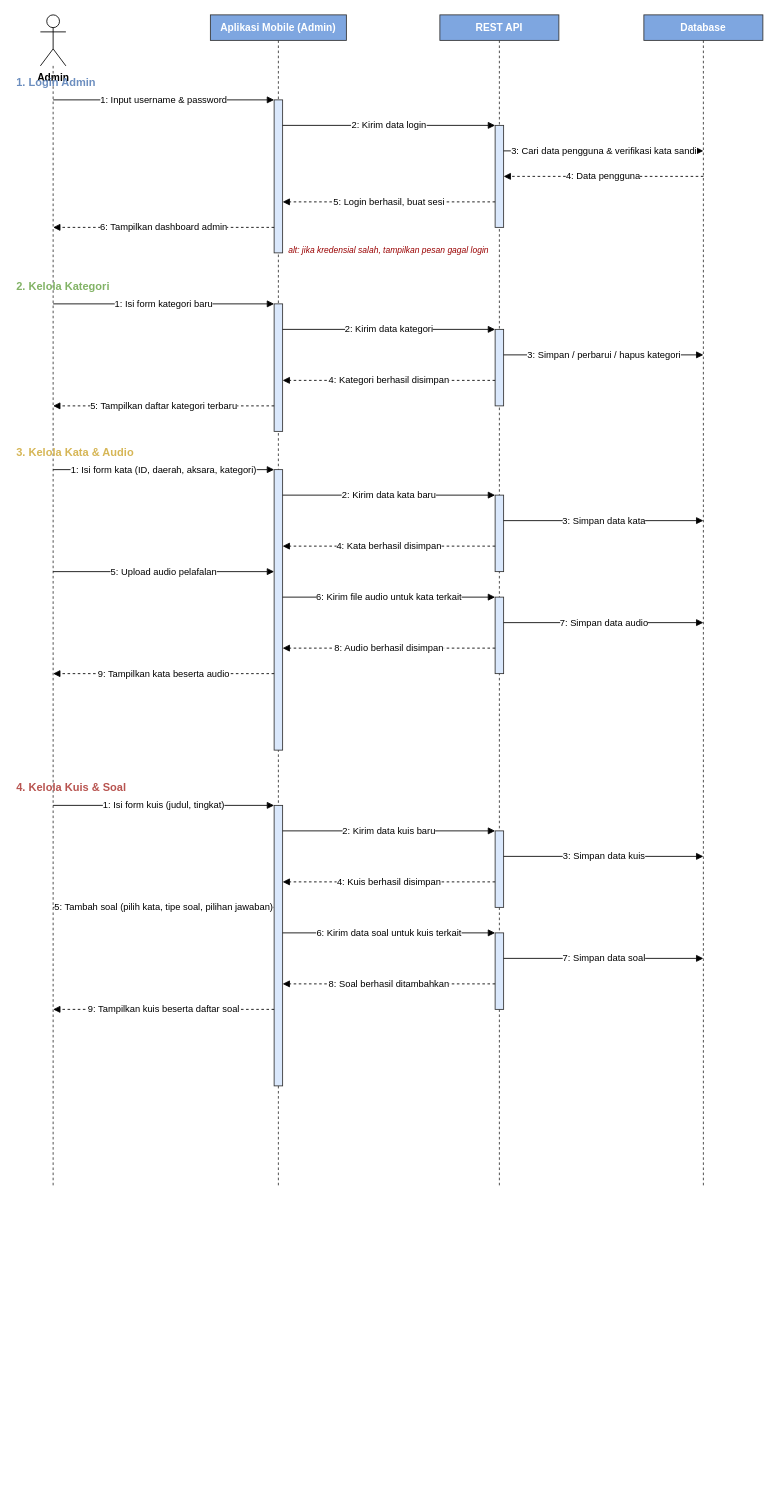
This is docs/sequence-diagram-admin.drawio from Mnuralim/kosa-kata-wolio-api, a draw.io file, before an edit. Source tidied: cells renumbered, new cells numbered last; positions are measured from the earlier drawing's top-left corner, leaving out a move shared by most shapes. Both pictures are drawn from the tidied source at 85%, with x=0, y=0 at pixel (14, 14).
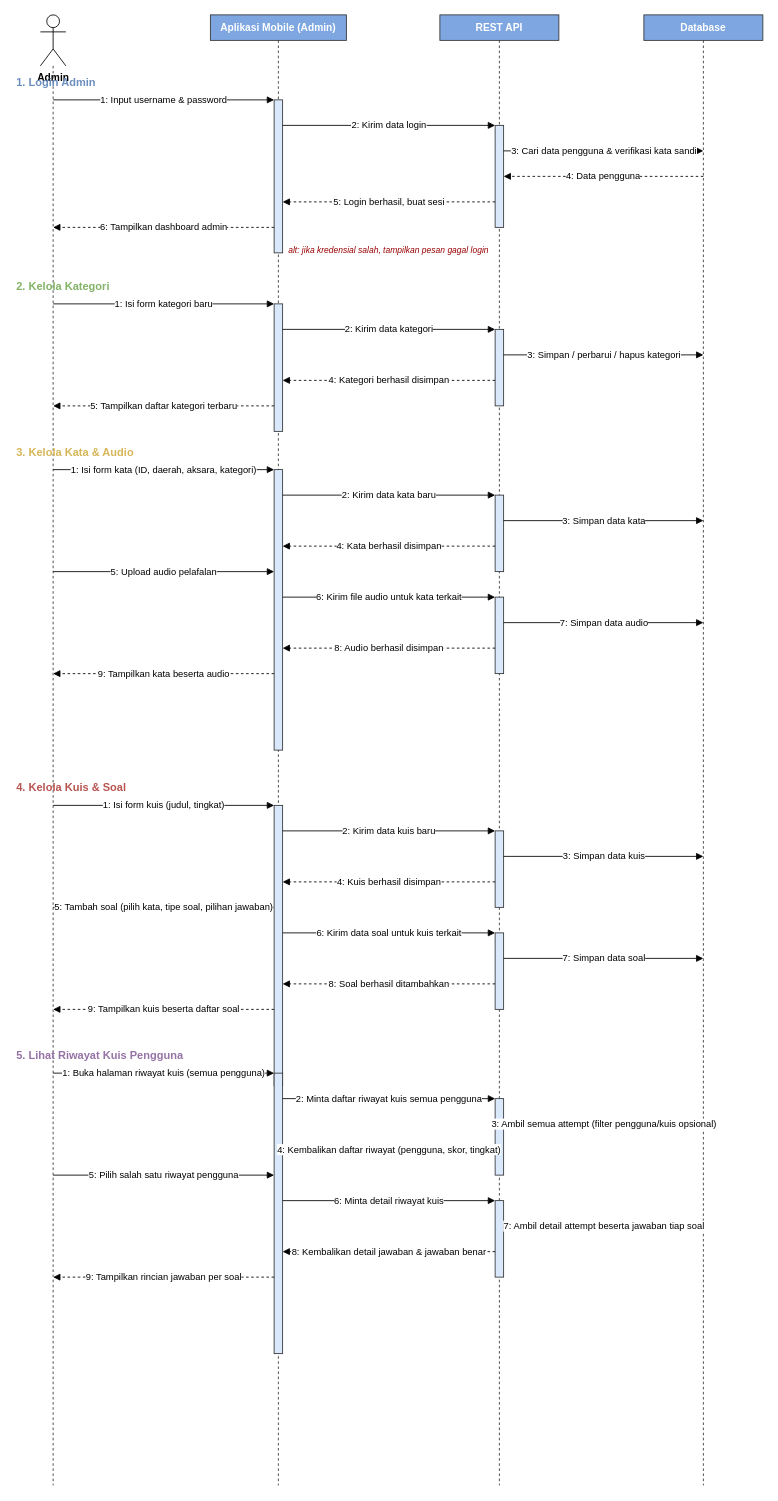
Above is the later version.

Change to the diagram source:
```diff
@@
     <mxCell id="3" style="html=1;dashed=1;strokeWidth=1;strokeColor=#333333;endArrow=none;" parent="1" edge="1">
       <mxGeometry relative="1" as="geometry">
         <mxPoint x="45" y="60" as="sourcePoint" />
-        <mxPoint x="45" y="1380" as="targetPoint" />
+        <mxPoint x="45" y="1730" as="targetPoint" />
       </mxGeometry>
     </mxCell>
@@
     <mxCell id="5" style="html=1;dashed=1;strokeWidth=1;strokeColor=#333333;endArrow=none;" parent="1" edge="1">
       <mxGeometry relative="1" as="geometry">
         <mxPoint x="310" y="30" as="sourcePoint" />
-        <mxPoint x="310" y="1380" as="targetPoint" />
+        <mxPoint x="310" y="1730" as="targetPoint" />
       </mxGeometry>
     </mxCell>
@@
     <mxCell id="7" style="html=1;dashed=1;strokeWidth=1;strokeColor=#333333;endArrow=none;" parent="1" edge="1">
       <mxGeometry relative="1" as="geometry">
         <mxPoint x="570" y="30" as="sourcePoint" />
-        <mxPoint x="570" y="1380" as="targetPoint" />
+        <mxPoint x="570" y="1730" as="targetPoint" />
       </mxGeometry>
     </mxCell>
@@
     <mxCell id="9" style="html=1;dashed=1;strokeWidth=1;strokeColor=#333333;endArrow=none;" parent="1" edge="1">
       <mxGeometry relative="1" as="geometry">
         <mxPoint x="810" y="30" as="sourcePoint" />
-        <mxPoint x="810" y="1380" as="targetPoint" />
+        <mxPoint x="810" y="1730" as="targetPoint" />
       </mxGeometry>
     </mxCell>
@@
+    <mxCell id="54" value="5. Lihat Riwayat Kuis Pengguna" style="text;html=1;align=left;fontStyle=1;fontSize=13;fontColor=#9673a6;" parent="1" vertex="1">
+      <mxGeometry y="1210" width="500" height="20" as="geometry" />
+    </mxCell>
+    <mxCell id="55" style="html=1;whiteSpace=wrap;fillColor=#dae8fc;strokeColor=#333333;" parent="1" vertex="1">
+      <mxGeometry x="305" y="1245" width="10" height="330" as="geometry" />
+    </mxCell>
+    <mxCell id="56" style="html=1;whiteSpace=wrap;fillColor=#dae8fc;strokeColor=#333333;" parent="1" vertex="1">
+      <mxGeometry x="565" y="1275" width="10" height="90" as="geometry" />
+    </mxCell>
+    <mxCell id="57" style="html=1;whiteSpace=wrap;fillColor=#dae8fc;strokeColor=#333333;" parent="1" vertex="1">
+      <mxGeometry x="565" y="1395" width="10" height="90" as="geometry" />
+    </mxCell>
+    <mxCell id="58" value="1: Buka halaman riwayat kuis (semua pengguna)" style="html=1;endArrow=block;fontSize=11;" parent="1" edge="1">
+      <mxGeometry relative="1" as="geometry">
+        <mxPoint x="45" y="1245" as="sourcePoint" />
+        <mxPoint x="305" y="1245" as="targetPoint" />
+      </mxGeometry>
+    </mxCell>
+    <mxCell id="59" value="2: Minta daftar riwayat kuis semua pengguna" style="html=1;endArrow=block;fontSize=11;" parent="1" edge="1">
+      <mxGeometry relative="1" as="geometry">
+        <mxPoint x="315" y="1275" as="sourcePoint" />
+        <mxPoint x="565" y="1275" as="targetPoint" />
+      </mxGeometry>
+    </mxCell>
+    <mxCell id="60" value="3: Ambil semua attempt (filter pengguna/kuis opsional)" style="html=1;endArrow=block;fontSize=11;" parent="1" edge="1">
+      <mxGeometry relative="1" as="geometry">
+        <mxPoint x="575" y="1305" as="sourcePoint" />
+        <mxPoint x="810" y="1305" as="targetPoint" />
+      </mxGeometry>
+    </mxCell>
+    <mxCell id="61" value="4: Kembalikan daftar riwayat (pengguna, skor, tingkat)" style="html=1;endArrow=block;dashed=1;fontSize=11;" parent="1" edge="1">
+      <mxGeometry relative="1" as="geometry">
+        <mxPoint x="565" y="1335" as="sourcePoint" />
+        <mxPoint x="315" y="1335" as="targetPoint" />
+      </mxGeometry>
+    </mxCell>
+    <mxCell id="62" value="5: Pilih salah satu riwayat pengguna" style="html=1;endArrow=block;fontSize=11;" parent="1" edge="1">
+      <mxGeometry relative="1" as="geometry">
+        <mxPoint x="45" y="1365" as="sourcePoint" />
+        <mxPoint x="305" y="1365" as="targetPoint" />
+      </mxGeometry>
+    </mxCell>
+    <mxCell id="63" value="6: Minta detail riwayat kuis" style="html=1;endArrow=block;fontSize=11;" parent="1" edge="1">
+      <mxGeometry relative="1" as="geometry">
+        <mxPoint x="315" y="1395" as="sourcePoint" />
+        <mxPoint x="565" y="1395" as="targetPoint" />
+      </mxGeometry>
+    </mxCell>
+    <mxCell id="64" value="7: Ambil detail attempt beserta jawaban tiap soal" style="html=1;endArrow=block;fontSize=11;" parent="1" edge="1">
+      <mxGeometry relative="1" as="geometry">
+        <mxPoint x="575" y="1425" as="sourcePoint" />
+        <mxPoint x="810" y="1425" as="targetPoint" />
+      </mxGeometry>
+    </mxCell>
+    <mxCell id="65" value="8: Kembalikan detail jawaban &amp; jawaban benar" style="html=1;endArrow=block;dashed=1;fontSize=11;" parent="1" edge="1">
+      <mxGeometry relative="1" as="geometry">
+        <mxPoint x="565" y="1455" as="sourcePoint" />
+        <mxPoint x="315" y="1455" as="targetPoint" />
+      </mxGeometry>
+    </mxCell>
+    <mxCell id="66" value="9: Tampilkan rincian jawaban per soal" style="html=1;endArrow=block;dashed=1;fontSize=11;" parent="1" edge="1">
+      <mxGeometry relative="1" as="geometry">
+        <mxPoint x="305" y="1485" as="sourcePoint" />
+        <mxPoint x="45" y="1485" as="targetPoint" />
+      </mxGeometry>
+    </mxCell>
```
